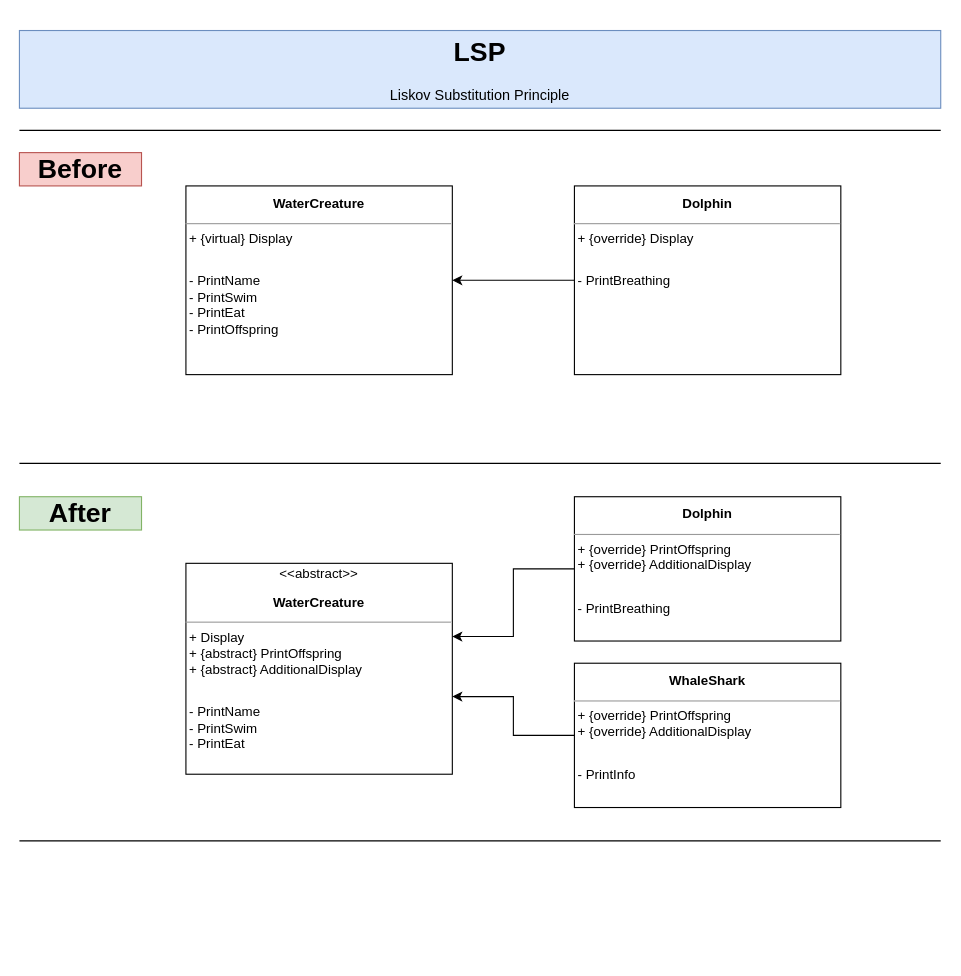
This is Diagrams/LSP.drawio from svilenp/Principles, a draw.io file, before an edit. Source tidied: cells renumbered, new cells numbered last; positions are measured from the earlier drawing's top-left corner, leaving out a move shared by most shapes. Both pictures are drawn from the tidied source at 111%, with x=0, y=0 at pixel (19, 30).
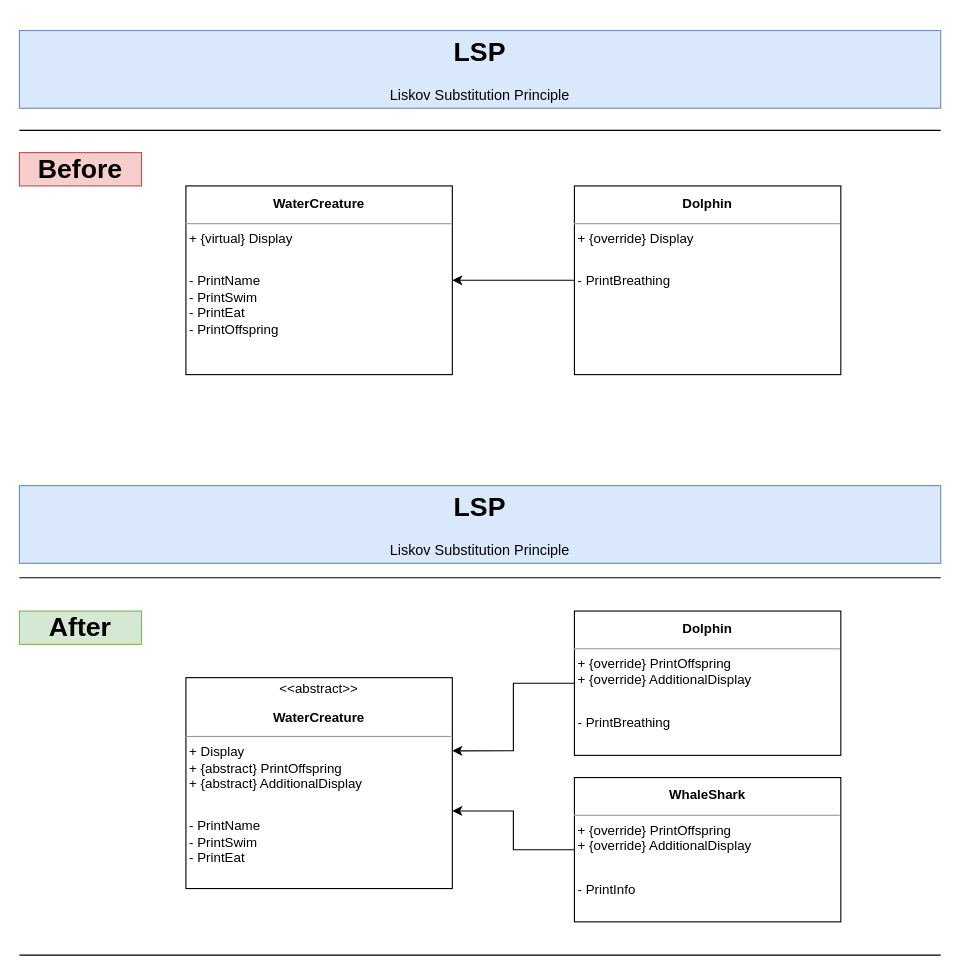
The same page after the edit.

Diff of the diagram source:
```diff
@@
     <mxCell id="4" value="&lt;h1&gt;After&lt;/h1&gt;" style="text;html=1;strokeColor=#82b366;fillColor=#d5e8d4;align=center;verticalAlign=middle;whiteSpace=wrap;rounded=0;" parent="1" vertex="1">
-      <mxGeometry y="420" width="110" height="30" as="geometry" />
+      <mxGeometry y="523" width="110" height="30" as="geometry" />
     </mxCell>
     <mxCell id="5" style="endArrow=none;html=1;rounded=0;" parent="1" edge="1">
       <mxGeometry relative="1" as="geometry">
-        <mxPoint y="390" as="sourcePoint" />
-        <mxPoint x="830" y="390" as="targetPoint" />
+        <mxPoint y="493" as="sourcePoint" />
+        <mxPoint x="830" y="493" as="targetPoint" />
       </mxGeometry>
     </mxCell>
     <mxCell id="6" style="endArrow=none;html=1;rounded=0;" parent="1" edge="1">
       <mxGeometry relative="1" as="geometry">
-        <mxPoint y="730" as="sourcePoint" />
-        <mxPoint x="830" y="730" as="targetPoint" />
+        <mxPoint y="833" as="sourcePoint" />
+        <mxPoint x="830" y="833" as="targetPoint" />
       </mxGeometry>
     </mxCell>
@@
     <mxCell id="12" value="&lt;div style=&quot;text-align: center; line-height: 180%;&quot;&gt;&lt;span style=&quot;background-color: initial;&quot;&gt;&amp;lt;&amp;lt;abstract&amp;gt;&amp;gt;&lt;/span&gt;&lt;/div&gt;&lt;p style=&quot;text-align: center; margin: 4px 0px 0px; line-height: 180%;&quot;&gt;&lt;b&gt;WaterCreature&lt;/b&gt;&lt;br&gt;&lt;/p&gt;&lt;hr style=&quot;line-height: 200%;&quot; size=&quot;1&quot;&gt;&lt;p style=&quot;margin: 0px 0px 0px 4px; line-height: 200%;&quot;&gt;&lt;/p&gt;&amp;nbsp;+ Display&lt;br&gt;&amp;nbsp;+ {abstract} PrintOffspring&lt;br&gt;&amp;nbsp;+ {abstract} AdditionalDisplay&lt;br&gt;&lt;p style=&quot;margin: 0px 0px 0px 4px; line-height: 200%;&quot;&gt;&lt;span style=&quot;background-color: initial;&quot;&gt;&lt;br&gt;&lt;/span&gt;&lt;/p&gt;&amp;nbsp;- PrintName&lt;br&gt;&amp;nbsp;- PrintSwim&lt;br&gt;&lt;div&gt;&amp;nbsp;- PrintEat&lt;br&gt;&lt;/div&gt;&lt;div&gt;&amp;nbsp;&lt;br&gt;&lt;/div&gt;" style="verticalAlign=top;align=left;overflow=fill;fontSize=12;fontFamily=Helvetica;html=1;whiteSpace=wrap;" parent="1" vertex="1">
-      <mxGeometry x="150" y="480" width="240" height="190" as="geometry" />
+      <mxGeometry x="150" y="583" width="240" height="190" as="geometry" />
     </mxCell>
     <mxCell id="13" value="&lt;p style=&quot;text-align: center; margin: 4px 0px 0px; line-height: 200%;&quot;&gt;&lt;b&gt;Dolphin&lt;/b&gt;&lt;br&gt;&lt;/p&gt;&lt;hr style=&quot;line-height: 200%;&quot; size=&quot;1&quot;&gt;&lt;p style=&quot;margin: 0px 0px 0px 4px; line-height: 200%;&quot;&gt;&lt;/p&gt;&amp;nbsp;+ {override} PrintOffspring&lt;br style=&quot;border-color: var(--border-color);&quot;&gt;&amp;nbsp;+ {override} AdditionalDisplay&lt;p style=&quot;margin: 0px 0px 0px 4px; line-height: 200%;&quot;&gt;&lt;span style=&quot;background-color: initial;&quot;&gt;&lt;br&gt;&lt;/span&gt;&lt;/p&gt;&amp;nbsp;- PrintBreathing" style="verticalAlign=top;align=left;overflow=fill;fontSize=12;fontFamily=Helvetica;html=1;whiteSpace=wrap;" parent="1" vertex="1">
-      <mxGeometry x="500" y="420" width="240" height="130" as="geometry" />
+      <mxGeometry x="500" y="523" width="240" height="130" as="geometry" />
     </mxCell>
     <mxCell id="14" value="&lt;p style=&quot;text-align: center; margin: 4px 0px 0px; line-height: 200%;&quot;&gt;&lt;b&gt;WhaleShark&lt;/b&gt;&lt;br&gt;&lt;/p&gt;&lt;hr style=&quot;line-height: 200%;&quot; size=&quot;1&quot;&gt;&lt;p style=&quot;margin: 0px 0px 0px 4px; line-height: 200%;&quot;&gt;&lt;/p&gt;&amp;nbsp;+ {override} PrintOffspring&lt;br style=&quot;border-color: var(--border-color);&quot;&gt;&amp;nbsp;+ {override} AdditionalDisplay&lt;p style=&quot;margin: 0px 0px 0px 4px; line-height: 200%;&quot;&gt;&lt;span style=&quot;background-color: initial;&quot;&gt;&lt;br&gt;&lt;/span&gt;&lt;/p&gt;&amp;nbsp;- PrintInfo" style="verticalAlign=top;align=left;overflow=fill;fontSize=12;fontFamily=Helvetica;html=1;whiteSpace=wrap;" parent="1" vertex="1">
-      <mxGeometry x="500" y="570" width="240" height="130" as="geometry" />
+      <mxGeometry x="500" y="673" width="240" height="130" as="geometry" />
     </mxCell>
@@
+    <mxCell id="17" value="&lt;h1 style=&quot;&quot;&gt;LSP&lt;/h1&gt;&lt;p style=&quot;font-size: 13px;&quot;&gt;Liskov Substitution Principle&lt;/p&gt;" style="text;html=1;strokeColor=#6c8ebf;fillColor=#dae8fc;spacing=5;spacingTop=-20;whiteSpace=wrap;overflow=hidden;rounded=0;align=center;" parent="1" vertex="1">
+      <mxGeometry y="410" width="830" height="70" as="geometry" />
+    </mxCell>
```
